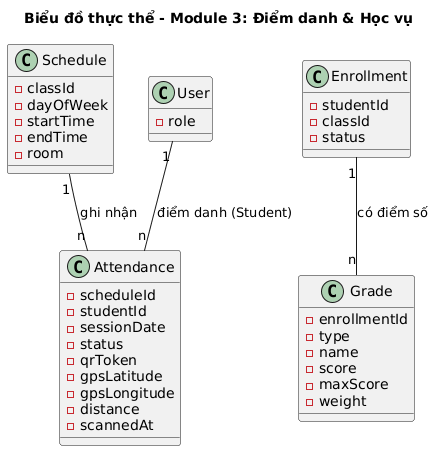
Earlier version of the PlantUML export report/diagrams/entity_module3.png (thanhtrnnn/universe).
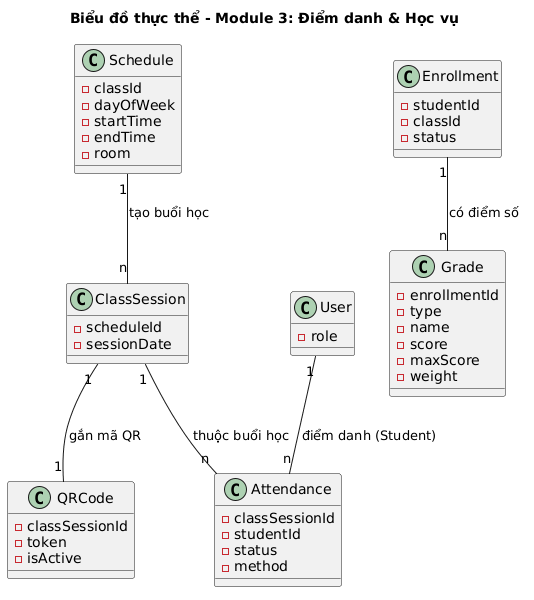
Later version of the same file.

Diff of the diagram source:
```diff
@@ -9,16 +9,22 @@
   -room
 }
 
+class ClassSession {
+  -scheduleId
+  -sessionDate
+}
+
+class QRCode {
+  -classSessionId
+  -token
+  -isActive
+}
+
 class Attendance {
-  -scheduleId
+  -classSessionId
   -studentId
-  -sessionDate
   -status
-  -qrToken
-  -gpsLatitude
-  -gpsLongitude
-  -distance
-  -scannedAt
+  -method
 }
 
 class Enrollment {
@@ -40,7 +46,9 @@
   -role
 }
 
-Schedule "1" -- "n" Attendance : ghi nhận
+Schedule "1" -- "n" ClassSession : tạo buổi học
+ClassSession "1" -- "1" QRCode : gắn mã QR
 User "1" -- "n" Attendance : điểm danh (Student)
+ClassSession "1" -- "n" Attendance : thuộc buổi học
 Enrollment "1" -- "n" Grade : có điểm số
 @enduml
```
